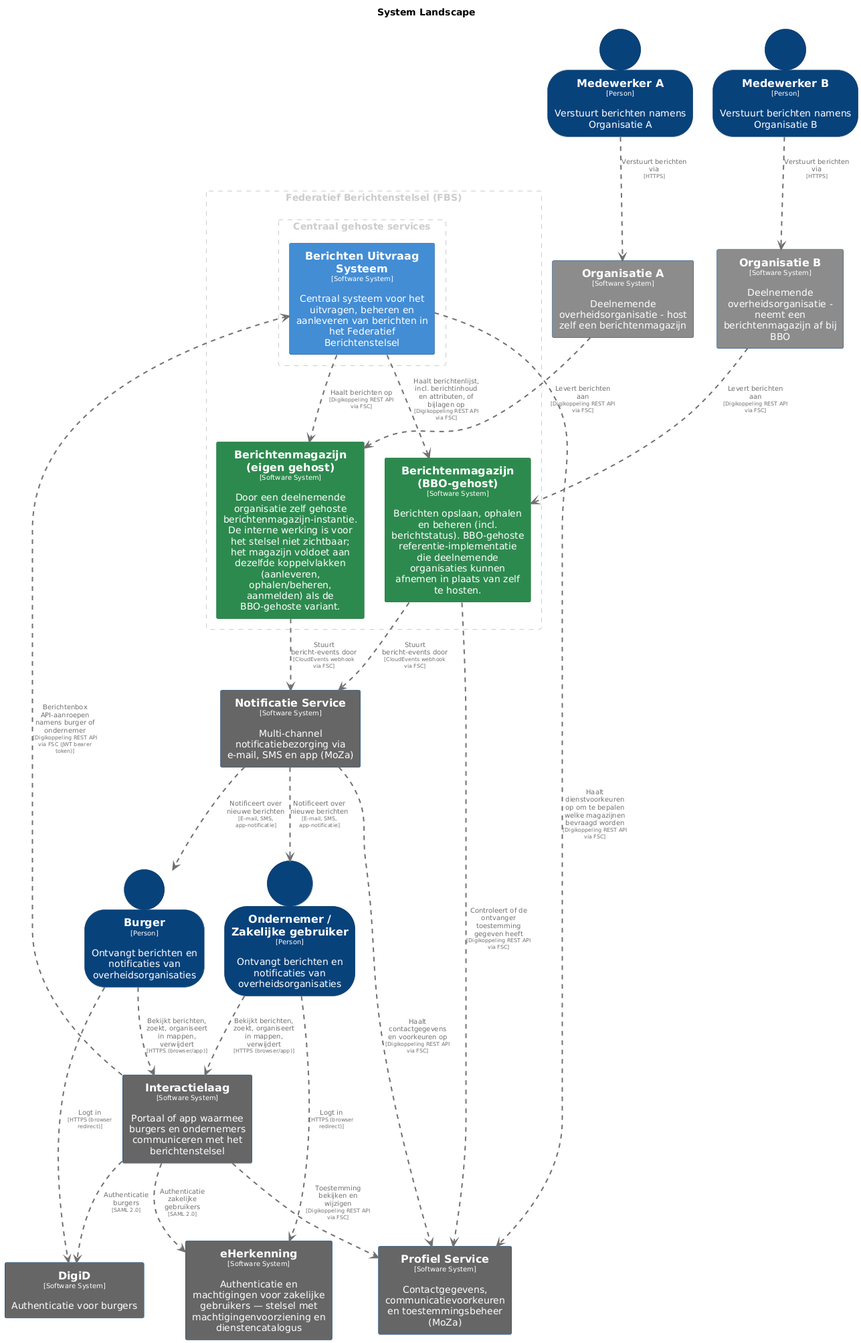
The PlantUML diagram pr-preview/pr-95/master/png/SystemLandscape.png in MinBZK/moza-poc-fbs-berichtenbox, before a commit. Source of this version:
```plantuml
@startuml
set separator none
title System Landscape

top to bottom direction
skinparam ranksep 60
skinparam nodesep 30

skinparam {
  arrowFontSize 10
  defaultTextAlignment center
  wrapWidth 200
  maxMessageSize 100
}

hide stereotype

skinparam rectangle<<BerichtenUitvraagSysteem>> {
  BackgroundColor #438dd5
  FontColor #ffffff
  BorderColor #2e6295
  shadowing false
}
skinparam rectangle<<BerichtenmagazijnBBOgehost>> {
  BackgroundColor #2d8a4e
  FontColor #ffffff
  BorderColor #1e6b38
  shadowing false
}
skinparam rectangle<<Berichtenmagazijneigengehost>> {
  BackgroundColor #2d8a4e
  FontColor #ffffff
  BorderColor #1e6b38
  shadowing false
}
skinparam person<<Burger>> {
  BackgroundColor #08427b
  FontColor #ffffff
  BorderColor #052e56
  shadowing false
}
skinparam rectangle<<DigiD>> {
  BackgroundColor #666666
  FontColor #ffffff
  BorderColor #0b4884
  shadowing false
}
skinparam rectangle<<Interactielaag>> {
  BackgroundColor #666666
  FontColor #ffffff
  BorderColor #0b4884
  shadowing false
}
skinparam person<<MedewerkerA>> {
  BackgroundColor #08427b
  FontColor #ffffff
  BorderColor #052e56
  shadowing false
}
skinparam person<<MedewerkerB>> {
  BackgroundColor #08427b
  FontColor #ffffff
  BorderColor #052e56
  shadowing false
}
skinparam rectangle<<NotificatieService>> {
  BackgroundColor #666666
  FontColor #ffffff
  BorderColor #0b4884
  shadowing false
}
skinparam person<<OndernemerZakelijkegebruiker>> {
  BackgroundColor #08427b
  FontColor #ffffff
  BorderColor #052e56
  shadowing false
}
skinparam rectangle<<OrganisatieA>> {
  BackgroundColor #8c8c8c
  FontColor #ffffff
  BorderColor #0b4884
  shadowing false
}
skinparam rectangle<<OrganisatieB>> {
  BackgroundColor #8c8c8c
  FontColor #ffffff
  BorderColor #0b4884
  shadowing false
}
skinparam rectangle<<ProfielService>> {
  BackgroundColor #666666
  FontColor #ffffff
  BorderColor #0b4884
  shadowing false
}
skinparam rectangle<<eHerkenning>> {
  BackgroundColor #666666
  FontColor #ffffff
  BorderColor #0b4884
  shadowing false
}

rectangle "Federatief Berichtenstelsel (FBS)" <<group1>> as group1 {
  skinparam RectangleBorderColor<<group1>> #cccccc
  skinparam RectangleFontColor<<group1>> #cccccc
  skinparam RectangleBorderStyle<<group1>> dashed

  rectangle "==Berichtenmagazijn (eigen gehost)\n<size:10>[Software System]</size>\n\nDoor een deelnemende organisatie zelf gehoste berichtenmagazijn-instantie. De interne werking is voor het stelsel niet zichtbaar; het magazijn voldoet aan dezelfde koppelvlakken (aanleveren, ophalen/beheren, aanmelden) als de BBO-gehoste variant." <<Berichtenmagazijneigengehost>> as Berichtenmagazijneigengehost
  rectangle "==Berichtenmagazijn (BBO-gehost)\n<size:10>[Software System]</size>\n\nBerichten opslaan, ophalen en beheren (incl. berichtstatus). BBO-gehoste referentie-implementatie die deelnemende organisaties kunnen afnemen in plaats van zelf te hosten." <<BerichtenmagazijnBBOgehost>> as BerichtenmagazijnBBOgehost
    rectangle "Centraal gehoste services" <<group2>> as group2 {
      skinparam RectangleBorderColor<<group2>> #cccccc
      skinparam RectangleFontColor<<group2>> #cccccc
      skinparam RectangleBorderStyle<<group2>> dashed

      rectangle "==Berichten Uitvraag Systeem\n<size:10>[Software System]</size>\n\nCentraal systeem voor het uitvragen, beheren en aanleveren van berichten in het Federatief Berichtenstelsel" <<BerichtenUitvraagSysteem>> as BerichtenUitvraagSysteem
    }

}

person "==Burger\n<size:10>[Person]</size>\n\nOntvangt berichten en notificaties van overheidsorganisaties" <<Burger>> as Burger
rectangle "==Organisatie A\n<size:10>[Software System]</size>\n\nDeelnemende overheidsorganisatie - host zelf een berichtenmagazijn" <<OrganisatieA>> as OrganisatieA
rectangle "==Organisatie B\n<size:10>[Software System]</size>\n\nDeelnemende overheidsorganisatie - neemt een berichtenmagazijn af bij BBO" <<OrganisatieB>> as OrganisatieB
person "==Ondernemer / Zakelijke gebruiker\n<size:10>[Person]</size>\n\nOntvangt berichten en notificaties van overheidsorganisaties" <<OndernemerZakelijkegebruiker>> as OndernemerZakelijkegebruiker
person "==Medewerker A\n<size:10>[Person]</size>\n\nVerstuurt berichten namens Organisatie A" <<MedewerkerA>> as MedewerkerA
person "==Medewerker B\n<size:10>[Person]</size>\n\nVerstuurt berichten namens Organisatie B" <<MedewerkerB>> as MedewerkerB
rectangle "==Profiel Service\n<size:10>[Software System]</size>\n\nContactgegevens, communicatievoorkeuren en toestemmingsbeheer (MoZa)" <<ProfielService>> as ProfielService
rectangle "==Notificatie Service\n<size:10>[Software System]</size>\n\nMulti-channel notificatiebezorging via e-mail, SMS en app (MoZa)" <<NotificatieService>> as NotificatieService
rectangle "==Interactielaag\n<size:10>[Software System]</size>\n\nPortaal of app waarmee burgers en ondernemers communiceren met het berichtenstelsel" <<Interactielaag>> as Interactielaag
rectangle "==eHerkenning\n<size:10>[Software System]</size>\n\nAuthenticatie en machtigingen voor zakelijke gebruikers — stelsel met machtigingenvoorziening en dienstencatalogus" <<eHerkenning>> as eHerkenning
rectangle "==DigiD\n<size:10>[Software System]</size>\n\nAuthenticatie voor burgers" <<DigiD>> as DigiD

BerichtenmagazijnBBOgehost .[#707070,thickness=2].> NotificatieService : "<color:#707070>Stuurt bericht-events door\n<color:#707070><size:8>[CloudEvents webhook via FSC]</size>"
NotificatieService .[#707070,thickness=2].> ProfielService : "<color:#707070>Haalt contactgegevens en voorkeuren op\n<color:#707070><size:8>[Digikoppeling REST API via FSC]</size>"
OrganisatieA .[#707070,thickness=2].> Berichtenmagazijneigengehost : "<color:#707070>Levert berichten aan\n<color:#707070><size:8>[Digikoppeling REST API via FSC]</size>"
OrganisatieB .[#707070,thickness=2].> BerichtenmagazijnBBOgehost : "<color:#707070>Levert berichten aan\n<color:#707070><size:8>[Digikoppeling REST API via FSC]</size>"
Berichtenmagazijneigengehost .[#707070,thickness=2].> NotificatieService : "<color:#707070>Stuurt bericht-events door\n<color:#707070><size:8>[CloudEvents webhook via FSC]</size>"
BerichtenUitvraagSysteem .[#707070,thickness=2].> Berichtenmagazijneigengehost : "<color:#707070>Haalt berichten op\n<color:#707070><size:8>[Digikoppeling REST API via FSC]</size>"
BerichtenmagazijnBBOgehost .[#707070,thickness=2].> ProfielService : "<color:#707070>Controleert of de ontvanger toestemming gegeven heeft\n<color:#707070><size:8>[Digikoppeling REST API via FSC]</size>"
BerichtenUitvraagSysteem .[#707070,thickness=2].> ProfielService : "<color:#707070>Haalt dienstvoorkeuren op om te bepalen welke magazijnen bevraagd worden\n<color:#707070><size:8>[Digikoppeling REST API via FSC]</size>"
MedewerkerA .[#707070,thickness=2].> OrganisatieA : "<color:#707070>Verstuurt berichten via\n<color:#707070><size:8>[HTTPS]</size>"
MedewerkerB .[#707070,thickness=2].> OrganisatieB : "<color:#707070>Verstuurt berichten via\n<color:#707070><size:8>[HTTPS]</size>"
Burger .[#707070,thickness=2].> Interactielaag : "<color:#707070>Bekijkt berichten, zoekt, organiseert in mappen, verwijdert\n<color:#707070><size:8>[HTTPS (browser/app)]</size>"
Burger .[#707070,thickness=2].> DigiD : "<color:#707070>Logt in\n<color:#707070><size:8>[HTTPS (browser redirect)]</size>"
OndernemerZakelijkegebruiker .[#707070,thickness=2].> Interactielaag : "<color:#707070>Bekijkt berichten, zoekt, organiseert in mappen, verwijdert\n<color:#707070><size:8>[HTTPS (browser/app)]</size>"
OndernemerZakelijkegebruiker .[#707070,thickness=2].> eHerkenning : "<color:#707070>Logt in\n<color:#707070><size:8>[HTTPS (browser redirect)]</size>"
NotificatieService .[#707070,thickness=2].> Burger : "<color:#707070>Notificeert over nieuwe berichten\n<color:#707070><size:8>[E-mail, SMS, app-notificatie]</size>"
NotificatieService .[#707070,thickness=2].> OndernemerZakelijkegebruiker : "<color:#707070>Notificeert over nieuwe berichten\n<color:#707070><size:8>[E-mail, SMS, app-notificatie]</size>"
Interactielaag .[#707070,thickness=2].> BerichtenUitvraagSysteem : "<color:#707070>Berichtenbox API-aanroepen namens burger of ondernemer\n<color:#707070><size:8>[Digikoppeling REST API via FSC (JWT bearer token)]</size>"
Interactielaag .[#707070,thickness=2].> ProfielService : "<color:#707070>Toestemming bekijken en wijzigen\n<color:#707070><size:8>[Digikoppeling REST API via FSC]</size>"
Interactielaag .[#707070,thickness=2].> DigiD : "<color:#707070>Authenticatie burgers\n<color:#707070><size:8>[SAML 2.0]</size>"
Interactielaag .[#707070,thickness=2].> eHerkenning : "<color:#707070>Authenticatie zakelijke gebruikers\n<color:#707070><size:8>[SAML 2.0]</size>"
BerichtenUitvraagSysteem .[#707070,thickness=2].> BerichtenmagazijnBBOgehost : "<color:#707070>Haalt berichtenlijst, incl. berichtinhoud en attributen, of bijlagen op\n<color:#707070><size:8>[Digikoppeling REST API via FSC]</size>"
@enduml
```
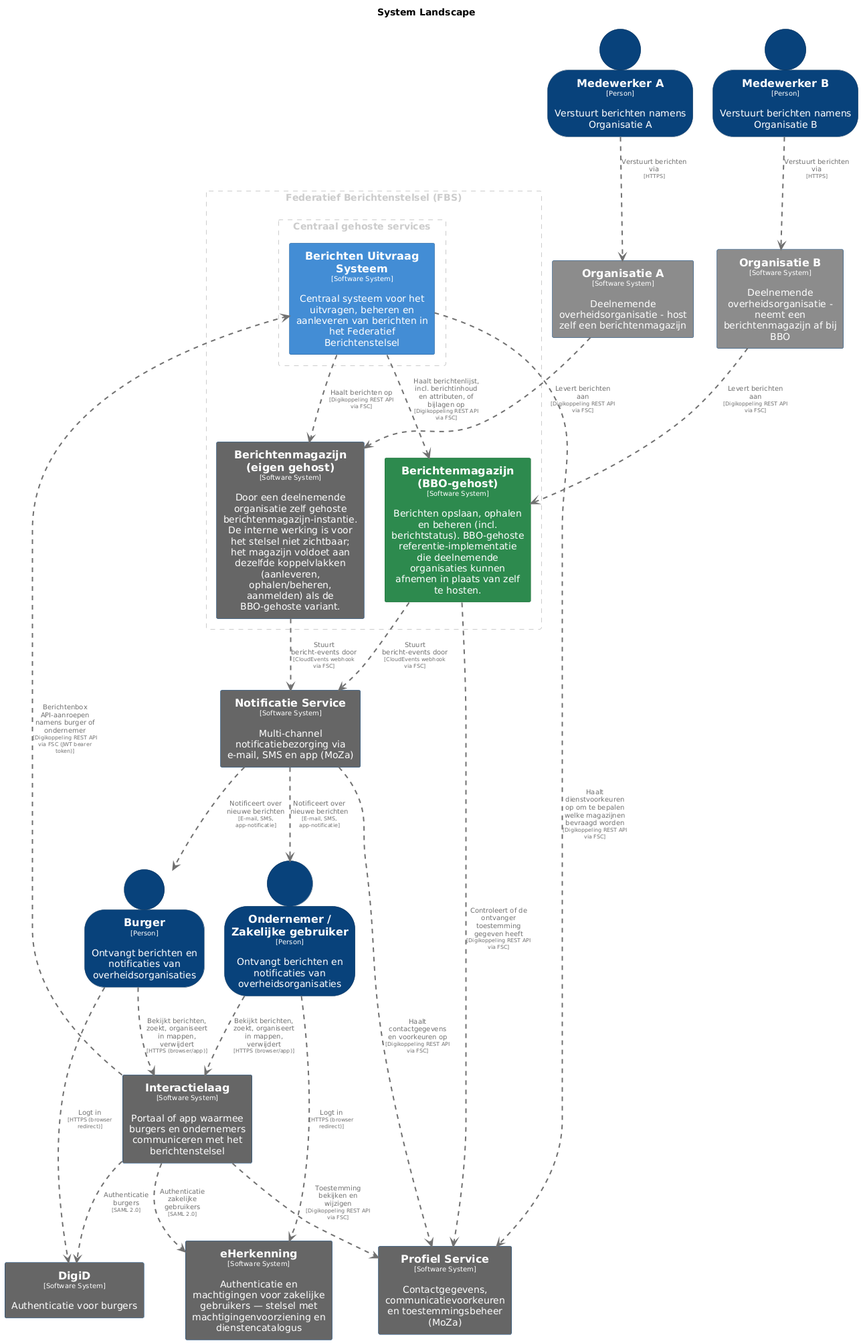
The same diagram one commit later.

The edit, as a diff of the source:
```diff
@@ -28,9 +28,9 @@
   shadowing false
 }
 skinparam rectangle<<Berichtenmagazijneigengehost>> {
-  BackgroundColor #2d8a4e
+  BackgroundColor #666666
   FontColor #ffffff
-  BorderColor #1e6b38
+  BorderColor #0b4884
   shadowing false
 }
 skinparam person<<Burger>> {
@@ -129,6 +129,7 @@
 rectangle "==eHerkenning\n<size:10>[Software System]</size>\n\nAuthenticatie en machtigingen voor zakelijke gebruikers — stelsel met machtigingenvoorziening en dienstencatalogus" <<eHerkenning>> as eHerkenning
 rectangle "==DigiD\n<size:10>[Software System]</size>\n\nAuthenticatie voor burgers" <<DigiD>> as DigiD
 
+BerichtenUitvraagSysteem .[#707070,thickness=2].> BerichtenmagazijnBBOgehost : "<color:#707070>Haalt berichtenlijst, incl. berichtinhoud en attributen, of bijlagen op\n<color:#707070><size:8>[Digikoppeling REST API via FSC]</size>"
 BerichtenmagazijnBBOgehost .[#707070,thickness=2].> NotificatieService : "<color:#707070>Stuurt bericht-events door\n<color:#707070><size:8>[CloudEvents webhook via FSC]</size>"
 NotificatieService .[#707070,thickness=2].> ProfielService : "<color:#707070>Haalt contactgegevens en voorkeuren op\n<color:#707070><size:8>[Digikoppeling REST API via FSC]</size>"
 OrganisatieA .[#707070,thickness=2].> Berichtenmagazijneigengehost : "<color:#707070>Levert berichten aan\n<color:#707070><size:8>[Digikoppeling REST API via FSC]</size>"
@@ -149,5 +150,4 @@
 Interactielaag .[#707070,thickness=2].> ProfielService : "<color:#707070>Toestemming bekijken en wijzigen\n<color:#707070><size:8>[Digikoppeling REST API via FSC]</size>"
 Interactielaag .[#707070,thickness=2].> DigiD : "<color:#707070>Authenticatie burgers\n<color:#707070><size:8>[SAML 2.0]</size>"
 Interactielaag .[#707070,thickness=2].> eHerkenning : "<color:#707070>Authenticatie zakelijke gebruikers\n<color:#707070><size:8>[SAML 2.0]</size>"
-BerichtenUitvraagSysteem .[#707070,thickness=2].> BerichtenmagazijnBBOgehost : "<color:#707070>Haalt berichtenlijst, incl. berichtinhoud en attributen, of bijlagen op\n<color:#707070><size:8>[Digikoppeling REST API via FSC]</size>"
 @enduml
```
